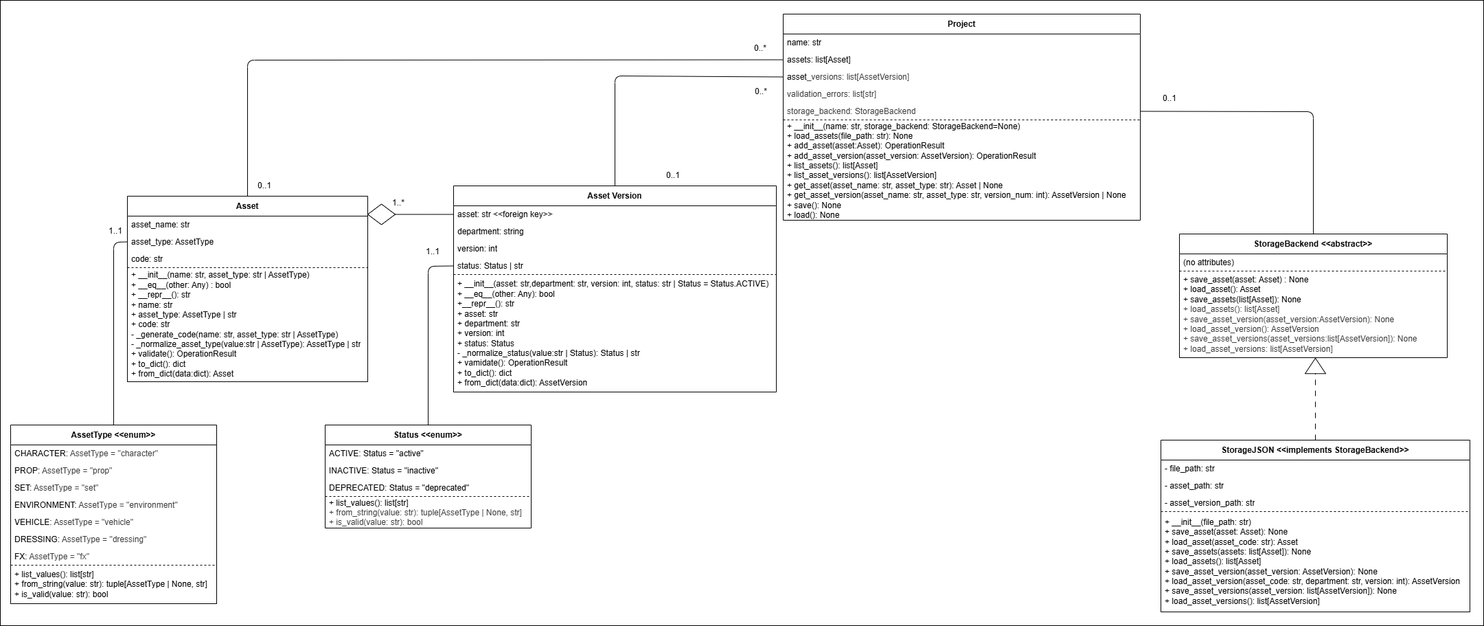
Earlier version of the draw.io export docs/architecture.png (fsuarezg/laika). Source tidied: cells renumbered, new cells last; positions are measured from the earlier drawing's top-left corner, leaving out a move shared by most shapes.
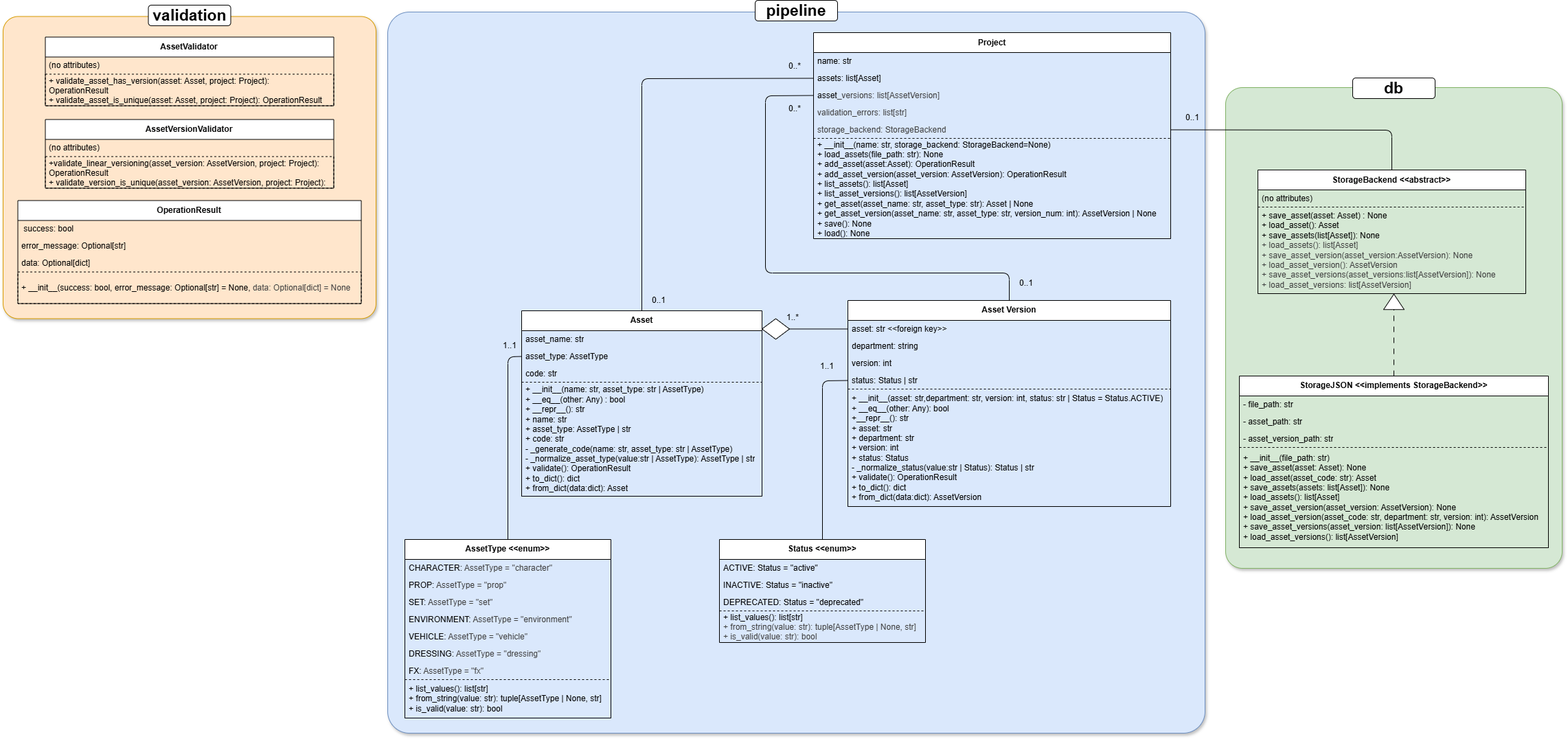
After the commit.

Commit message:
Update architecture diagram to include validation

The edit, as a diff of the source:
```diff
@@ -2,9 +2,12 @@
   <root>
     <mxCell id="0" />
     <mxCell id="1" parent="0" />
-    <mxCell id="2" style="rounded=0;whiteSpace=wrap;html=1;" parent="1" vertex="1">
-      <mxGeometry width="2160" height="910" as="geometry" />
-    </mxCell>
+    <mxCell id="60" style="rounded=1;whiteSpace=wrap;html=1;shadow=1;arcSize=5;fillColor=#d5e8d4;strokeColor=#82b366;" parent="1" vertex="1">
+      <mxGeometry x="1210" y="-40" width="490" height="700" as="geometry" />
+    </mxCell>
+    <mxCell id="61" style="rounded=1;whiteSpace=wrap;html=1;shadow=1;arcSize=3;fillColor=#dae8fc;strokeColor=#6c8ebf;" parent="1" vertex="1">
+      <mxGeometry x="-10" y="-150" width="1190" height="1050" as="geometry" />
+    </mxCell>
     <mxCell id="3" value="Asset" style="swimlane;fontStyle=1;align=center;verticalAlign=middle;horizontal=1;startSize=29;html=1;whiteSpace=wrap;" parent="1" vertex="1">
       <mxGeometry x="185" y="285" width="350" height="270" as="geometry" />
     </mxCell>
@@ -35,7 +38,7 @@
     <mxCell id="12" value="&lt;span style=&quot;color: rgb(0, 0, 0);&quot;&gt;status: Status | str&lt;/span&gt;" style="text;html=1;strokeColor=none;fillColor=none;align=left;verticalAlign=middle;spacingLeft=4;spacingRight=4;overflow=hidden;points=[[0,0.5],[1,0.5]];portConstraint=eastwest;whiteSpace=wrap;" parent="8" vertex="1">
       <mxGeometry y="104" width="470" height="25" as="geometry" />
     </mxCell>
-    <mxCell id="13" value="+ __init__(asset: str,department: str, version: int, status: str | Status = Status.ACTIVE)&lt;div&gt;+ __eq__(other: Any): bool&lt;/div&gt;&lt;div&gt;+__repr__(): str&lt;/div&gt;&lt;div&gt;+ asset: str&lt;/div&gt;&lt;div&gt;+ department: str&lt;/div&gt;&lt;div&gt;+ version: int&lt;/div&gt;&lt;div&gt;+ status: Status&lt;/div&gt;&lt;div&gt;- _normalize_status(value:str | Status): Status | str&lt;/div&gt;&lt;div&gt;+ vamidate(): OperationResult&lt;/div&gt;&lt;div&gt;+ to_dict(): dict&lt;/div&gt;&lt;div&gt;+ from_dict(data:dict): AssetVersion&lt;/div&gt;" style="text;html=1;strokeColor=default;fillColor=none;align=left;verticalAlign=middle;spacingLeft=4;spacingRight=4;overflow=hidden;whiteSpace=wrap;dashed=1;" parent="8" vertex="1">
+    <mxCell id="13" value="+ __init__(asset: str,department: str, version: int, status: str | Status = Status.ACTIVE)&lt;div&gt;+ __eq__(other: Any): bool&lt;/div&gt;&lt;div&gt;+__repr__(): str&lt;/div&gt;&lt;div&gt;+ asset: str&lt;/div&gt;&lt;div&gt;+ department: str&lt;/div&gt;&lt;div&gt;+ version: int&lt;/div&gt;&lt;div&gt;+ status: Status&lt;/div&gt;&lt;div&gt;- _normalize_status(value:str | Status): Status | str&lt;/div&gt;&lt;div&gt;+ validate(): OperationResult&lt;/div&gt;&lt;div&gt;+ to_dict(): dict&lt;/div&gt;&lt;div&gt;+ from_dict(data:dict): AssetVersion&lt;/div&gt;" style="text;html=1;strokeColor=default;fillColor=none;align=left;verticalAlign=middle;spacingLeft=4;spacingRight=4;overflow=hidden;whiteSpace=wrap;dashed=1;" parent="8" vertex="1">
       <mxGeometry y="129" width="470" height="171" as="geometry" />
     </mxCell>
     <mxCell id="14" style="endArrow=none;html=1;entryX=0;entryY=0.5;entryDx=0;entryDy=0;exitX=1;exitY=0.5;exitDx=0;exitDy=0;" parent="1" edge="1" source="16" target="9">
@@ -48,7 +51,7 @@
       <mxGeometry x="535" y="296.5" width="40" height="30" as="geometry" />
     </mxCell>
     <mxCell id="17" value="Project" style="swimlane;fontStyle=1;align=center;verticalAlign=middle;horizontal=1;startSize=29;html=1;whiteSpace=wrap;" parent="1" vertex="1">
-      <mxGeometry x="1140" y="20" width="520" height="300" as="geometry" />
+      <mxGeometry x="610" y="-120" width="520" height="300" as="geometry" />
     </mxCell>
     <mxCell id="18" value="name: str" style="text;html=1;strokeColor=none;fillColor=none;align=left;verticalAlign=middle;spacingLeft=4;spacingRight=4;overflow=hidden;whiteSpace=wrap;" parent="17" vertex="1">
       <mxGeometry y="29" width="520" height="25" as="geometry" />
@@ -62,7 +65,7 @@
     <mxCell id="21" value="&lt;span style=&quot;scrollbar-color: rgb(226, 226, 226) rgb(251, 251, 251); background-color: transparent; color: rgb(63, 63, 63);&quot;&gt;validation_errors&lt;/span&gt;&lt;span style=&quot;scrollbar-color: rgb(226, 226, 226) rgb(251, 251, 251); background-color: transparent; color: rgb(63, 63, 63);&quot;&gt;: list[str]&lt;/span&gt;" style="text;html=1;strokeColor=none;fillColor=none;align=left;verticalAlign=middle;spacingLeft=4;spacingRight=4;overflow=hidden;whiteSpace=wrap;" parent="17" vertex="1">
       <mxGeometry y="104" width="520" height="25" as="geometry" />
     </mxCell>
-    <mxCell id="22" value="&lt;span style=&quot;scrollbar-color: rgb(226, 226, 226) rgb(251, 251, 251); background-color: transparent; color: rgb(63, 63, 63);&quot;&gt;storage_backend&lt;/span&gt;&lt;span style=&quot;scrollbar-color: rgb(226, 226, 226) rgb(251, 251, 251); background-color: transparent; color: rgb(63, 63, 63);&quot;&gt;: StorageBackend&lt;/span&gt;" style="text;html=1;strokeColor=none;fillColor=none;align=left;verticalAlign=middle;spacingLeft=4;spacingRight=4;overflow=hidden;points=[[0,0.5],[1,0.5]];portConstraint=eastwest;whiteSpace=wrap;" parent="17" vertex="1">
+    <mxCell id="22" value="&lt;span style=&quot;scrollbar-color: rgb(226, 226, 226) rgb(251, 251, 251); background-color: transparent; color: rgb(63, 63, 63);&quot;&gt;storage_backend&lt;/span&gt;&lt;span style=&quot;scrollbar-color: rgb(226, 226, 226) rgb(251, 251, 251); background-color: transparent; color: rgb(63, 63, 63);&quot;&gt;: StorageBackend&lt;/span&gt;" style="text;html=1;align=left;verticalAlign=middle;spacingLeft=4;spacingRight=4;overflow=hidden;points=[[0,0.5],[1,0.5]];portConstraint=eastwest;whiteSpace=wrap;" parent="17" vertex="1">
       <mxGeometry y="129" width="520" height="25" as="geometry" />
     </mxCell>
     <mxCell id="23" value="&lt;div&gt;+ __init__(name: str, storage_backend: StorageBackend=None)&lt;/div&gt;+ load_assets(file_path: str): None&lt;div&gt;+ add_asset(asset:Asset): OperationResult&lt;/div&gt;&lt;div&gt;+ add_asset_version(asset_version: AssetVersion): OperationResult&lt;/div&gt;&lt;div&gt;+ list_assets(): list[Asset]&lt;/div&gt;&lt;div&gt;+ list_asset_versions(): list[AssetVersion]&lt;/div&gt;&lt;div&gt;+ get_asset(asset_name: str, asset_type: str): Asset | None&lt;/div&gt;&lt;div&gt;+ get_asset_version(asset_name: str, asset_type: str, version_num: int): AssetVersion | None&lt;/div&gt;&lt;div&gt;+ save(): None&lt;/div&gt;&lt;div&gt;+ load(): None&lt;/div&gt;" style="text;html=1;strokeColor=default;fillColor=none;align=left;verticalAlign=middle;spacingLeft=4;spacingRight=4;overflow=hidden;whiteSpace=wrap;dashed=1;" parent="17" vertex="1">
@@ -71,25 +74,27 @@
     <mxCell id="24" style="endArrow=none;html=1;entryX=0;entryY=0.5;entryDx=0;entryDy=0;exitX=0.5;exitY=0;exitDx=0;exitDy=0;" parent="1" edge="1" source="3" target="19">
       <mxGeometry relative="1" as="geometry">
         <Array as="points">
-          <mxPoint x="360" y="87" />
+          <mxPoint x="360" y="-53" />
         </Array>
       </mxGeometry>
     </mxCell>
     <mxCell id="25" style="endArrow=none;html=1;exitX=0;exitY=0.5;exitDx=0;exitDy=0;entryX=0.5;entryY=0;entryDx=0;entryDy=0;" parent="1" edge="1" source="20" target="8">
       <mxGeometry relative="1" as="geometry">
         <Array as="points">
-          <mxPoint x="895" y="110" />
+          <mxPoint x="540" y="-28" />
+          <mxPoint x="540" y="230" />
+          <mxPoint x="895" y="230" />
         </Array>
       </mxGeometry>
     </mxCell>
     <mxCell id="26" value="0..*" style="text;html=1;align=center;verticalAlign=middle;whiteSpace=wrap;rounded=0;" parent="1" vertex="1">
-      <mxGeometry x="1077" y="55" width="60" height="30" as="geometry" />
+      <mxGeometry x="553" y="-86" width="60" height="30" as="geometry" />
     </mxCell>
     <mxCell id="27" value="0..*" style="text;html=1;align=center;verticalAlign=middle;whiteSpace=wrap;rounded=0;" parent="1" vertex="1">
-      <mxGeometry x="1078" y="118" width="60" height="30" as="geometry" />
+      <mxGeometry x="553" y="-24" width="60" height="30" as="geometry" />
     </mxCell>
     <mxCell id="28" value="0..1" style="text;html=1;align=center;verticalAlign=middle;whiteSpace=wrap;rounded=0;" parent="1" vertex="1">
-      <mxGeometry x="950" y="240" width="60" height="30" as="geometry" />
+      <mxGeometry x="890" y="230" width="60" height="30" as="geometry" />
     </mxCell>
     <mxCell id="29" value="0..1" style="text;html=1;align=center;verticalAlign=middle;whiteSpace=wrap;rounded=0;" parent="1" vertex="1">
       <mxGeometry x="355" y="255" width="60" height="30" as="geometry" />
@@ -137,7 +142,7 @@
       <mxGeometry y="204" width="300" height="56" as="geometry" />
     </mxCell>
     <mxCell id="44" value="StorageBackend &amp;lt;&amp;lt;abstract&amp;gt;&amp;gt;" style="swimlane;fontStyle=1;align=center;verticalAlign=middle;horizontal=1;startSize=29;html=1;whiteSpace=wrap;" parent="1" vertex="1">
-      <mxGeometry x="1717" y="340" width="390" height="180" as="geometry" />
+      <mxGeometry x="1257" y="80" width="390" height="180" as="geometry" />
     </mxCell>
     <mxCell id="45" value="(no attributes)" style="text;html=1;strokeColor=none;fillColor=none;align=left;verticalAlign=middle;spacingLeft=4;spacingRight=4;overflow=hidden;whiteSpace=wrap;" parent="44" vertex="1">
       <mxGeometry y="29" width="390" height="25" as="geometry" />
@@ -146,7 +151,7 @@
       <mxGeometry y="54" width="390" height="126" as="geometry" />
     </mxCell>
     <mxCell id="47" value="StorageJSON &amp;lt;&amp;lt;implements StorageBackend&amp;gt;&amp;gt;" style="swimlane;fontStyle=1;align=center;verticalAlign=middle;horizontal=1;startSize=29;html=1;whiteSpace=wrap;" parent="1" vertex="1">
-      <mxGeometry x="1690" y="640" width="450" height="250" as="geometry" />
+      <mxGeometry x="1230" y="380" width="450" height="250" as="geometry" />
     </mxCell>
     <mxCell id="48" value="- file_path: str" style="text;html=1;strokeColor=none;fillColor=none;align=left;verticalAlign=middle;spacingLeft=4;spacingRight=4;overflow=hidden;whiteSpace=wrap;" parent="47" vertex="1">
       <mxGeometry y="29" width="450" height="25" as="geometry" />
@@ -164,17 +169,17 @@
       <mxGeometry relative="1" as="geometry" />
     </mxCell>
     <mxCell id="53" style="triangle;whiteSpace=wrap;html=1;rotation=-90;" parent="1" vertex="1">
-      <mxGeometry x="1903.8" y="517" width="22.5" height="30" as="geometry" />
+      <mxGeometry x="1443.8" y="257" width="22.5" height="30" as="geometry" />
     </mxCell>
     <mxCell id="54" style="endArrow=none;html=1;exitX=1;exitY=0.5;exitDx=0;exitDy=0;entryX=0.5;entryY=0;entryDx=0;entryDy=0;" parent="1" edge="1" source="22" target="44">
       <mxGeometry relative="1" as="geometry">
         <Array as="points">
-          <mxPoint x="1912" y="162" />
+          <mxPoint x="1452" y="22" />
         </Array>
       </mxGeometry>
     </mxCell>
     <mxCell id="55" value="0..1" style="text;html=1;align=center;verticalAlign=middle;whiteSpace=wrap;rounded=0;" parent="1" vertex="1">
-      <mxGeometry x="1673" y="128" width="60" height="30" as="geometry" />
+      <mxGeometry x="1132" y="-11" width="60" height="30" as="geometry" />
     </mxCell>
     <mxCell id="56" style="endArrow=none;html=1;entryX=0;entryY=0.5;entryDx=0;entryDy=0;exitX=0.5;exitY=0;exitDx=0;exitDy=0;" parent="1" edge="1" source="30" target="12">
       <mxGeometry relative="1" as="geometry">
@@ -196,5 +201,50 @@
     <mxCell id="59" value="1..1" style="text;html=1;align=center;verticalAlign=middle;whiteSpace=wrap;rounded=0;" parent="1" vertex="1">
       <mxGeometry x="138" y="321" width="60" height="30" as="geometry" />
     </mxCell>
+    <mxCell id="62" style="rounded=1;whiteSpace=wrap;html=1;shadow=1;arcSize=5;fillColor=#ffe6cc;strokeColor=#d79b00;" parent="1" vertex="1">
+      <mxGeometry x="-570" y="-143.5" width="543" height="440" as="geometry" />
+    </mxCell>
+    <mxCell id="63" value="AssetValidator" style="swimlane;fontStyle=1;align=center;verticalAlign=middle;horizontal=1;startSize=29;html=1;whiteSpace=wrap;" parent="1" vertex="1">
+      <mxGeometry x="-508.5" y="-113.5" width="420" height="100" as="geometry" />
+    </mxCell>
+    <mxCell id="64" value="(no attributes)" style="text;html=1;strokeColor=none;fillColor=none;align=left;verticalAlign=middle;spacingLeft=4;spacingRight=4;overflow=hidden;whiteSpace=wrap;" parent="63" vertex="1">
+      <mxGeometry y="29" width="420" height="25" as="geometry" />
+    </mxCell>
+    <mxCell id="65" value="+ validate_asset_has_version(asset: Asset, project: Project): OperationResult&lt;div&gt;+ validate_asset_is_unique(asset: Asset, project: Project): OperationResult&lt;/div&gt;" style="text;html=1;strokeColor=default;fillColor=none;align=left;verticalAlign=middle;spacingLeft=4;spacingRight=4;overflow=hidden;whiteSpace=wrap;dashed=1;" parent="63" vertex="1">
+      <mxGeometry y="54" width="420" height="46" as="geometry" />
+    </mxCell>
+    <mxCell id="66" value="AssetVersionValidator" style="swimlane;fontStyle=1;align=center;verticalAlign=middle;horizontal=1;startSize=29;html=1;whiteSpace=wrap;" parent="1" vertex="1">
+      <mxGeometry x="-508.5" y="6.5" width="420" height="100" as="geometry" />
+    </mxCell>
+    <mxCell id="67" value="(no attributes)" style="text;html=1;strokeColor=none;fillColor=none;align=left;verticalAlign=middle;spacingLeft=4;spacingRight=4;overflow=hidden;whiteSpace=wrap;" parent="66" vertex="1">
+      <mxGeometry y="29" width="420" height="25" as="geometry" />
+    </mxCell>
+    <mxCell id="68" value="+validate_linear_versioning(asset_version: AssetVersion, project: Project): OperationResult&lt;div&gt;+ validate_version_is_unique(asset_version: AssetVersion, project: Project): OperationResult&lt;/div&gt;" style="text;html=1;strokeColor=default;fillColor=none;align=left;verticalAlign=middle;spacingLeft=4;spacingRight=4;overflow=hidden;whiteSpace=wrap;dashed=1;" parent="66" vertex="1">
+      <mxGeometry y="54" width="420" height="46" as="geometry" />
+    </mxCell>
+    <mxCell id="69" value="OperationResult" style="swimlane;fontStyle=1;align=center;verticalAlign=middle;horizontal=1;startSize=29;html=1;whiteSpace=wrap;" parent="1" vertex="1">
+      <mxGeometry x="-548.5" y="124.5" width="500" height="150" as="geometry" />
+    </mxCell>
+    <mxCell id="70" value="&amp;nbsp;success: bool" style="text;html=1;strokeColor=none;fillColor=none;align=left;verticalAlign=middle;spacingLeft=4;spacingRight=4;overflow=hidden;whiteSpace=wrap;" parent="69" vertex="1">
+      <mxGeometry y="29" width="500" height="25" as="geometry" />
+    </mxCell>
+    <mxCell id="71" value="error_message: Optional[str]" style="text;html=1;strokeColor=none;fillColor=none;align=left;verticalAlign=middle;spacingLeft=4;spacingRight=4;overflow=hidden;whiteSpace=wrap;" parent="69" vertex="1">
+      <mxGeometry y="54" width="500" height="25" as="geometry" />
+    </mxCell>
+    <mxCell id="72" value="data: Optional[dict]" style="text;html=1;strokeColor=none;fillColor=none;align=left;verticalAlign=middle;spacingLeft=4;spacingRight=4;overflow=hidden;whiteSpace=wrap;" parent="69" vertex="1">
+      <mxGeometry y="79" width="500" height="25" as="geometry" />
+    </mxCell>
+    <mxCell id="73" value="+ __init__(success: bool, error_message: Optional[str] = None,&amp;nbsp;&lt;span style=&quot;color: rgb(63, 63, 63); background-color: transparent;&quot;&gt;data: Optional[dict] = None&lt;/span&gt;" style="text;html=1;strokeColor=default;fillColor=none;align=left;verticalAlign=middle;spacingLeft=4;spacingRight=4;overflow=hidden;whiteSpace=wrap;dashed=1;" parent="69" vertex="1">
+      <mxGeometry y="104" width="500" height="46" as="geometry" />
+    </mxCell>
+    <mxCell id="74" value="&lt;b&gt;&lt;font style=&quot;font-size: 23px;&quot;&gt;validation&lt;/font&gt;&lt;/b&gt;" style="rounded=1;whiteSpace=wrap;html=1;" parent="1" vertex="1">
+      <mxGeometry x="-358.5" y="-160" width="120" height="30" as="geometry" />
+    </mxCell>
+    <mxCell id="75" value="&lt;b&gt;&lt;font style=&quot;font-size: 23px;&quot;&gt;pipeline&lt;/font&gt;&lt;/b&gt;" style="rounded=1;whiteSpace=wrap;html=1;" parent="1" vertex="1">
+      <mxGeometry x="525" y="-167" width="120" height="30" as="geometry" />
+    </mxCell>
+    <mxCell id="76" value="&lt;b&gt;&lt;font style=&quot;font-size: 23px;&quot;&gt;db&lt;/font&gt;&lt;/b&gt;" style="rounded=1;whiteSpace=wrap;html=1;" parent="1" vertex="1">
+      <mxGeometry x="1395" y="-54" width="120" height="30" as="geometry" />
+    </mxCell>
   </root>
 </mxGraphModel>
```
